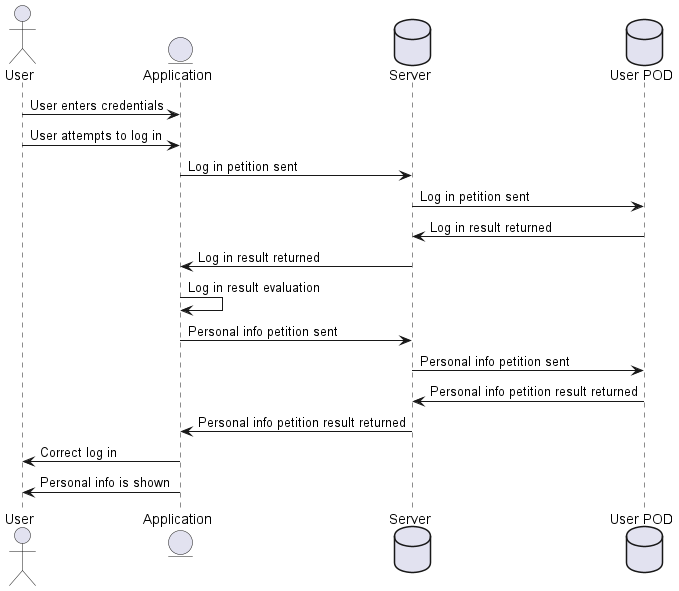
Earlier version of the PlantUML export images/Login diagram.png (Arquisoft/lomap_es1a).
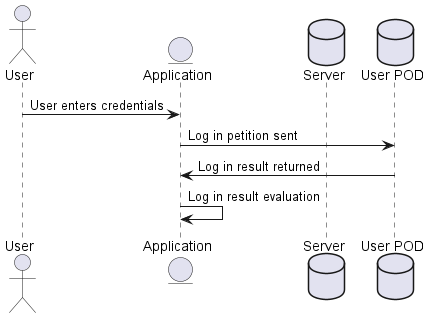
The same diagram one commit later.

What changed in the source:
```diff
@@ -4,16 +4,7 @@
 database Server as "Server"
 database Pod as "User POD"
 User -> Application: User enters credentials
-User -> Application: User attempts to log in
-Application -> Server: Log in petition sent
-Server -> Pod: Log in petition sent
-Pod -> Server: Log in result returned
-Server -> Application: Log in result returned
+Application -> Pod: Log in petition sent
+Pod -> Application: Log in result returned
 Application -> Application: Log in result evaluation
-Application -> Server: Personal info petition sent
-Server -> Pod: Personal info petition sent
-Pod -> Server: Personal info petition result returned
-Server -> Application: Personal info petition result returned
-Application -> User: Correct log in
-Application -> User: Personal info is shown
 @enduml
```
